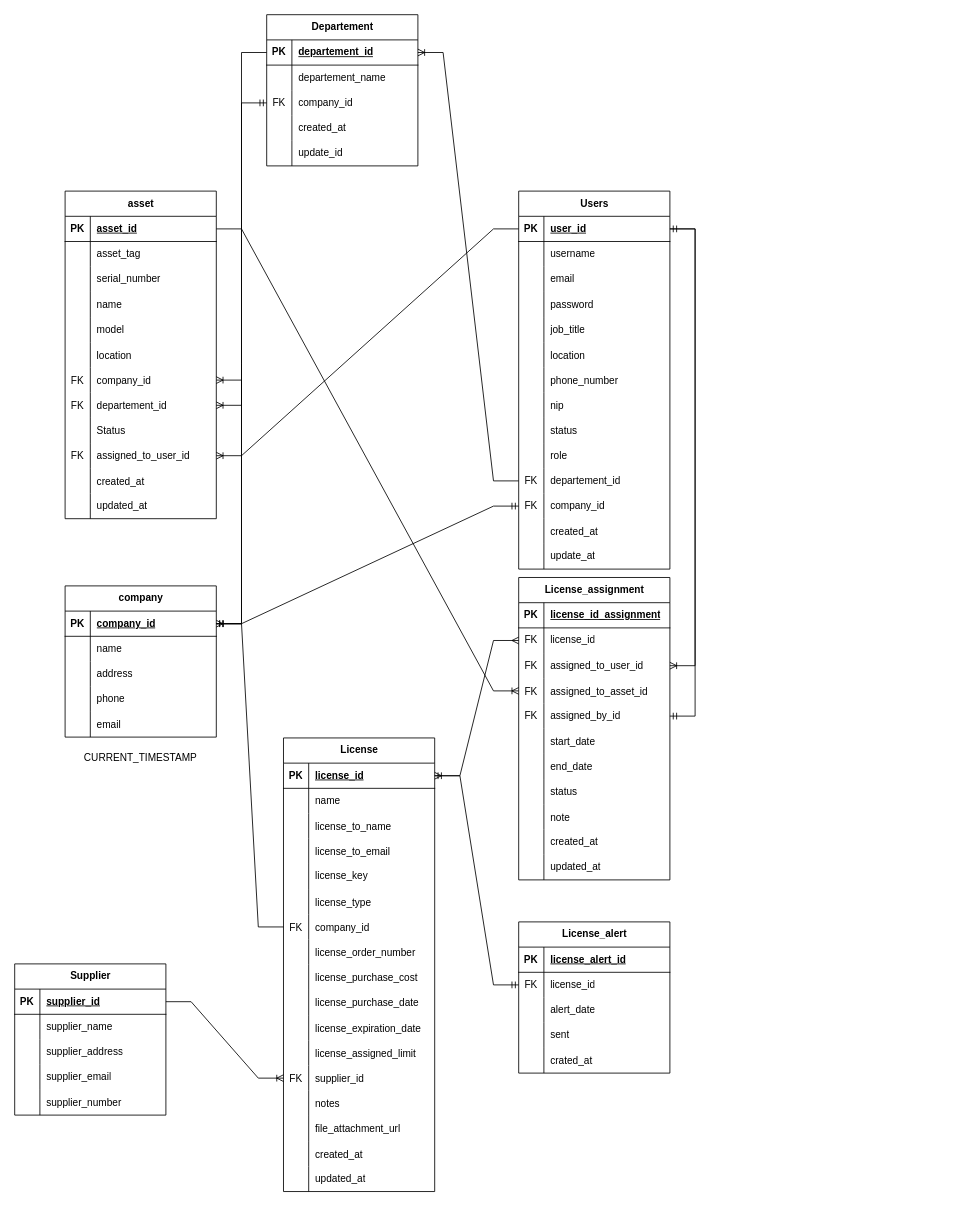
Before: pooling.drawio in ukisatriana/Flow-serv, a draw.io diagram. Source tidied: cells renumbered, new cells numbered last; positions are measured from the earlier drawing's top-left corner, leaving out a move shared by most shapes. Both pictures are drawn from the tidied source at 84%, with x=0, y=0 at pixel (14, 14).
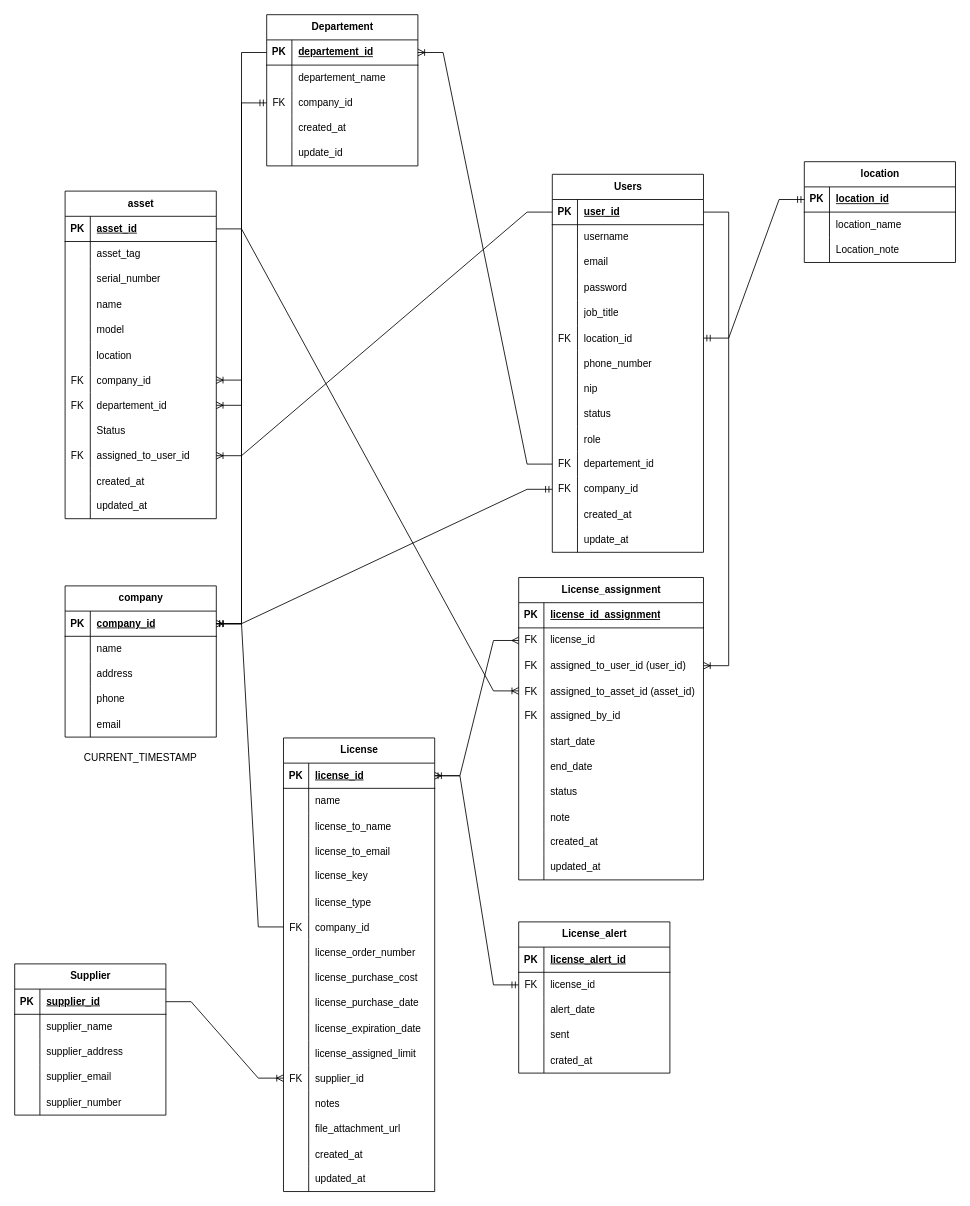
After the change.

Unchanged cells that the change refers to:
```xml
<mxCell id="3" style="shape=tableRow;horizontal=0;startSize=0;swimlaneHead=0;swimlaneBody=0;fillColor=none;points=[[0,0.5],[1,0.5]];portConstraint=eastwest;top=0;left=0;right=0;bottom=1;" parent="2" vertex="1">
  <mxGeometry y="30" width="180" height="30" as="geometry" />
</mxCell>
<mxCell id="18" style="shape=tableRow;horizontal=0;startSize=0;swimlaneHead=0;swimlaneBody=0;fillColor=none;points=[[0,0.5],[1,0.5]];portConstraint=eastwest;top=0;left=0;right=0;bottom=0;" parent="2" vertex="1">
  <mxGeometry y="180" width="180" height="30" as="geometry" />
</mxCell>
```

What changed in the source:
```diff
@@
     <mxCell id="2" value="Users" style="shape=table;startSize=30;childLayout=tableLayout;rowLines=0;fontStyle=1;align=center;html=1;" parent="1" vertex="1">
-      <mxGeometry x="600" y="210" width="180" height="450" as="geometry" />
+      <mxGeometry x="640" y="190" width="180" height="450" as="geometry" />
     </mxCell>
@@
-    <mxCell id="19" style="shape=partialRectangle;fillColor=none;top=0;left=0;bottom=0;right=0;overflow=hidden;" parent="18" vertex="1">
+    <mxCell id="19" value="FK" style="shape=partialRectangle;fillColor=none;top=0;left=0;bottom=0;right=0;overflow=hidden;" parent="18" vertex="1">
       <mxGeometry width="30" height="30" as="geometry" />
     </mxCell>
-    <mxCell id="20" value="location" style="shape=partialRectangle;fillColor=none;top=0;left=0;bottom=0;right=0;align=left;spacingLeft=6;overflow=hidden;" parent="18" vertex="1">
+    <mxCell id="20" value="location_id" style="shape=partialRectangle;fillColor=none;top=0;left=0;bottom=0;right=0;align=left;spacingLeft=6;overflow=hidden;" parent="18" vertex="1">
       <mxGeometry x="30" width="150" height="30" as="geometry" />
     </mxCell>
@@
     <mxCell id="166" value="License_assignment" style="shape=table;startSize=30;childLayout=tableLayout;rowLines=0;fontStyle=1;align=center;html=1;" parent="1" vertex="1">
-      <mxGeometry x="600" y="670" width="180" height="360" as="geometry" />
+      <mxGeometry x="600" y="670" width="220" height="360" as="geometry" />
     </mxCell>
     <mxCell id="167" style="shape=tableRow;horizontal=0;startSize=0;swimlaneHead=0;swimlaneBody=0;fillColor=none;top=0;left=0;right=0;bottom=1;" parent="166" vertex="1">
-      <mxGeometry y="30" width="180" height="30" as="geometry" />
+      <mxGeometry y="30" width="220" height="30" as="geometry" />
     </mxCell>
@@
     <mxCell id="169" value="license_id_assignment" style="shape=partialRectangle;fillColor=none;top=0;left=0;bottom=0;right=0;align=left;spacingLeft=6;fontStyle=5;overflow=hidden;whiteSpace=wrap;html=1;" parent="167" vertex="1">
-      <mxGeometry x="30" width="150" height="30" as="geometry" />
+      <mxGeometry x="30" width="190" height="30" as="geometry" />
     </mxCell>
     <mxCell id="170" style="shape=tableRow;horizontal=0;startSize=0;swimlaneHead=0;swimlaneBody=0;fillColor=none;points=[[0,0.5],[1,0.5]];portConstraint=eastwest;top=0;left=0;right=0;bottom=0;" parent="166" vertex="1">
-      <mxGeometry y="60" width="180" height="30" as="geometry" />
+      <mxGeometry y="60" width="220" height="30" as="geometry" />
     </mxCell>
@@
     <mxCell id="172" value="license_id" style="shape=partialRectangle;fillColor=none;top=0;left=0;bottom=0;right=0;align=left;spacingLeft=6;overflow=hidden;whiteSpace=wrap;html=1;" parent="170" vertex="1">
-      <mxGeometry x="30" width="150" height="30" as="geometry" />
+      <mxGeometry x="30" width="190" height="30" as="geometry" />
     </mxCell>
     <mxCell id="173" style="shape=tableRow;horizontal=0;startSize=0;swimlaneHead=0;swimlaneBody=0;fillColor=none;points=[[0,0.5],[1,0.5]];portConstraint=eastwest;top=0;left=0;right=0;bottom=0;" parent="166" vertex="1">
-      <mxGeometry y="90" width="180" height="30" as="geometry" />
+      <mxGeometry y="90" width="220" height="30" as="geometry" />
     </mxCell>
@@
-    <mxCell id="175" value="assigned_to_user_id" style="shape=partialRectangle;fillColor=none;top=0;left=0;bottom=0;right=0;align=left;spacingLeft=6;overflow=hidden;" parent="173" vertex="1">
-      <mxGeometry x="30" width="150" height="30" as="geometry" />
+    <mxCell id="175" value="assigned_to_user_id (user_id)" style="shape=partialRectangle;fillColor=none;top=0;left=0;bottom=0;right=0;align=left;spacingLeft=6;overflow=hidden;" parent="173" vertex="1">
+      <mxGeometry x="30" width="190" height="30" as="geometry" />
     </mxCell>
     <mxCell id="176" style="shape=tableRow;horizontal=0;startSize=0;swimlaneHead=0;swimlaneBody=0;fillColor=none;points=[[0,0.5],[1,0.5]];portConstraint=eastwest;top=0;left=0;right=0;bottom=0;" parent="166" vertex="1">
-      <mxGeometry y="120" width="180" height="30" as="geometry" />
+      <mxGeometry y="120" width="220" height="30" as="geometry" />
     </mxCell>
@@
-    <mxCell id="178" value="assigned_to_asset_id" style="shape=partialRectangle;fillColor=none;top=0;left=0;bottom=0;right=0;align=left;spacingLeft=6;overflow=hidden;" parent="176" vertex="1">
-      <mxGeometry x="30" width="150" height="30" as="geometry" />
+    <mxCell id="178" value="assigned_to_asset_id (asset_id)" style="shape=partialRectangle;fillColor=none;top=0;left=0;bottom=0;right=0;align=left;spacingLeft=6;overflow=hidden;" parent="176" vertex="1">
+      <mxGeometry x="30" width="190" height="30" as="geometry" />
     </mxCell>
     <mxCell id="179" style="shape=tableRow;horizontal=0;startSize=0;swimlaneHead=0;swimlaneBody=0;fillColor=none;points=[[0,0.5],[1,0.5]];portConstraint=eastwest;top=0;left=0;right=0;bottom=0;" parent="166" vertex="1">
-      <mxGeometry y="150" width="180" height="30" as="geometry" />
+      <mxGeometry y="150" width="220" height="30" as="geometry" />
     </mxCell>
@@
     <mxCell id="181" value="assigned_by_id" style="shape=partialRectangle;fillColor=none;top=0;left=0;bottom=0;right=0;align=left;spacingLeft=6;fontStyle=0;overflow=hidden;whiteSpace=wrap;html=1;" parent="179" vertex="1">
-      <mxGeometry x="30" width="150" height="30" as="geometry" />
+      <mxGeometry x="30" width="190" height="30" as="geometry" />
     </mxCell>
     <mxCell id="182" style="shape=tableRow;horizontal=0;startSize=0;swimlaneHead=0;swimlaneBody=0;fillColor=none;top=0;left=0;right=0;bottom=0;" parent="166" vertex="1">
-      <mxGeometry y="180" width="180" height="30" as="geometry" />
+      <mxGeometry y="180" width="220" height="30" as="geometry" />
     </mxCell>
@@
     <mxCell id="184" value="start_date" style="shape=partialRectangle;fillColor=none;top=0;left=0;bottom=0;right=0;align=left;spacingLeft=6;overflow=hidden;" parent="182" vertex="1">
-      <mxGeometry x="30" width="150" height="30" as="geometry" />
+      <mxGeometry x="30" width="190" height="30" as="geometry" />
     </mxCell>
     <mxCell id="185" style="shape=tableRow;horizontal=0;startSize=0;swimlaneHead=0;swimlaneBody=0;fillColor=none;top=0;left=0;right=0;bottom=0;" parent="166" vertex="1">
-      <mxGeometry y="210" width="180" height="30" as="geometry" />
+      <mxGeometry y="210" width="220" height="30" as="geometry" />
     </mxCell>
@@
     <mxCell id="187" value="end_date" style="shape=partialRectangle;fillColor=none;top=0;left=0;bottom=0;right=0;align=left;spacingLeft=6;overflow=hidden;" parent="185" vertex="1">
-      <mxGeometry x="30" width="150" height="30" as="geometry" />
+      <mxGeometry x="30" width="190" height="30" as="geometry" />
     </mxCell>
     <mxCell id="188" style="shape=tableRow;horizontal=0;startSize=0;swimlaneHead=0;swimlaneBody=0;fillColor=none;top=0;left=0;right=0;bottom=0;" parent="166" vertex="1">
-      <mxGeometry y="240" width="180" height="30" as="geometry" />
+      <mxGeometry y="240" width="220" height="30" as="geometry" />
     </mxCell>
@@
     <mxCell id="190" value="status" style="shape=partialRectangle;fillColor=none;top=0;left=0;bottom=0;right=0;align=left;spacingLeft=6;overflow=hidden;" parent="188" vertex="1">
-      <mxGeometry x="30" width="150" height="30" as="geometry" />
+      <mxGeometry x="30" width="190" height="30" as="geometry" />
     </mxCell>
     <mxCell id="191" style="shape=tableRow;horizontal=0;startSize=0;swimlaneHead=0;swimlaneBody=0;fillColor=none;top=0;left=0;right=0;bottom=0;" parent="166" vertex="1">
-      <mxGeometry y="270" width="180" height="30" as="geometry" />
+      <mxGeometry y="270" width="220" height="30" as="geometry" />
     </mxCell>
@@
     <mxCell id="193" value="note" style="shape=partialRectangle;fillColor=none;top=0;left=0;bottom=0;right=0;align=left;spacingLeft=6;overflow=hidden;" parent="191" vertex="1">
-      <mxGeometry x="30" width="150" height="30" as="geometry" />
+      <mxGeometry x="30" width="190" height="30" as="geometry" />
     </mxCell>
     <mxCell id="194" style="shape=tableRow;horizontal=0;startSize=0;swimlaneHead=0;swimlaneBody=0;fillColor=none;top=0;left=0;right=0;bottom=0;" parent="166" vertex="1">
-      <mxGeometry y="300" width="180" height="30" as="geometry" />
+      <mxGeometry y="300" width="220" height="30" as="geometry" />
     </mxCell>
@@
     <mxCell id="196" value="created_at" style="shape=partialRectangle;fillColor=none;top=0;left=0;bottom=0;right=0;align=left;spacingLeft=6;overflow=hidden;whiteSpace=wrap;html=1;" parent="194" vertex="1">
-      <mxGeometry x="30" width="150" height="30" as="geometry" />
+      <mxGeometry x="30" width="190" height="30" as="geometry" />
     </mxCell>
     <mxCell id="197" style="shape=tableRow;horizontal=0;startSize=0;swimlaneHead=0;swimlaneBody=0;fillColor=none;top=0;left=0;right=0;bottom=0;" parent="166" vertex="1">
-      <mxGeometry y="330" width="180" height="30" as="geometry" />
+      <mxGeometry y="330" width="220" height="30" as="geometry" />
     </mxCell>
@@
     <mxCell id="199" value="updated_at" style="shape=partialRectangle;fillColor=none;top=0;left=0;bottom=0;right=0;align=left;spacingLeft=6;overflow=hidden;whiteSpace=wrap;html=1;" parent="197" vertex="1">
-      <mxGeometry x="30" width="150" height="30" as="geometry" />
+      <mxGeometry x="30" width="190" height="30" as="geometry" />
     </mxCell>
@@
     <mxCell id="225" style="edgeStyle=entityRelationEdgeStyle;fontSize=12;html=1;endArrow=ERoneToMany;rounded=0;exitX=1;exitY=0.5;exitDx=0;exitDy=0;entryX=1;entryY=0.5;entryDx=0;entryDy=0;" parent="1" edge="1" source="3" target="173">
-      <mxGeometry relative="1" as="geometry" />
+      <mxGeometry relative="1" as="geometry">
+        <Array as="points">
+          <mxPoint x="860" y="640" />
+          <mxPoint x="850" y="570" />
+        </Array>
+      </mxGeometry>
     </mxCell>
@@
-    <mxCell id="227" style="edgeStyle=entityRelationEdgeStyle;fontSize=12;html=1;endArrow=ERmandOne;startArrow=ERmandOne;rounded=0;entryX=1;entryY=0.5;entryDx=0;entryDy=0;exitX=1;exitY=0.5;exitDx=0;exitDy=0;" parent="1" edge="1" source="179" target="3">
-      <mxGeometry relative="1" as="geometry" />
-    </mxCell>
@@
+    <mxCell id="246" value="location" style="shape=table;startSize=30;childLayout=tableLayout;rowLines=0;fontStyle=1;align=center;html=1;" parent="1" vertex="1">
+      <mxGeometry x="940" y="175" width="180" height="120" as="geometry" />
+    </mxCell>
+    <mxCell id="247" style="shape=tableRow;horizontal=0;startSize=0;swimlaneHead=0;swimlaneBody=0;fillColor=none;points=[[0,0.5],[1,0.5]];portConstraint=eastwest;top=0;left=0;right=0;bottom=1;" parent="246" vertex="1">
+      <mxGeometry y="30" width="180" height="30" as="geometry" />
+    </mxCell>
+    <mxCell id="248" value="PK" style="shape=partialRectangle;fillColor=none;top=0;left=0;bottom=0;right=0;fontStyle=1;overflow=hidden;whiteSpace=wrap;html=1;" parent="247" vertex="1">
+      <mxGeometry width="30" height="30" as="geometry" />
+    </mxCell>
+    <mxCell id="249" value="location_id" style="shape=partialRectangle;fillColor=none;top=0;left=0;bottom=0;right=0;align=left;spacingLeft=6;fontStyle=5;overflow=hidden;whiteSpace=wrap;html=1;" parent="247" vertex="1">
+      <mxGeometry x="30" width="150" height="30" as="geometry" />
+    </mxCell>
+    <mxCell id="250" style="shape=tableRow;horizontal=0;startSize=0;swimlaneHead=0;swimlaneBody=0;fillColor=none;top=0;left=0;right=0;bottom=0;" parent="246" vertex="1">
+      <mxGeometry y="60" width="180" height="30" as="geometry" />
+    </mxCell>
+    <mxCell id="251" style="shape=partialRectangle;fillColor=none;top=0;left=0;bottom=0;right=0;overflow=hidden;whiteSpace=wrap;html=1;" parent="250" vertex="1">
+      <mxGeometry width="30" height="30" as="geometry" />
+    </mxCell>
+    <mxCell id="252" value="location_name" style="shape=partialRectangle;fillColor=none;top=0;left=0;bottom=0;right=0;align=left;spacingLeft=6;overflow=hidden;whiteSpace=wrap;html=1;" parent="250" vertex="1">
+      <mxGeometry x="30" width="150" height="30" as="geometry" />
+    </mxCell>
+    <mxCell id="253" style="shape=tableRow;horizontal=0;startSize=0;swimlaneHead=0;swimlaneBody=0;fillColor=none;top=0;left=0;right=0;bottom=0;" parent="246" vertex="1">
+      <mxGeometry y="90" width="180" height="30" as="geometry" />
+    </mxCell>
+    <mxCell id="254" style="shape=partialRectangle;fillColor=none;top=0;left=0;bottom=0;right=0;overflow=hidden;whiteSpace=wrap;html=1;" parent="253" vertex="1">
+      <mxGeometry width="30" height="30" as="geometry" />
+    </mxCell>
+    <mxCell id="255" value="Location_note" style="shape=partialRectangle;fillColor=none;top=0;left=0;bottom=0;right=0;align=left;spacingLeft=6;overflow=hidden;whiteSpace=wrap;html=1;" parent="253" vertex="1">
+      <mxGeometry x="30" width="150" height="30" as="geometry" />
+    </mxCell>
+    <mxCell id="256" style="edgeStyle=entityRelationEdgeStyle;fontSize=12;html=1;endArrow=ERmandOne;startArrow=ERmandOne;rounded=0;entryX=0;entryY=0.5;entryDx=0;entryDy=0;exitX=1;exitY=0.5;exitDx=0;exitDy=0;" parent="1" edge="1" source="18" target="247">
+      <mxGeometry relative="1" as="geometry" />
+    </mxCell>
```
